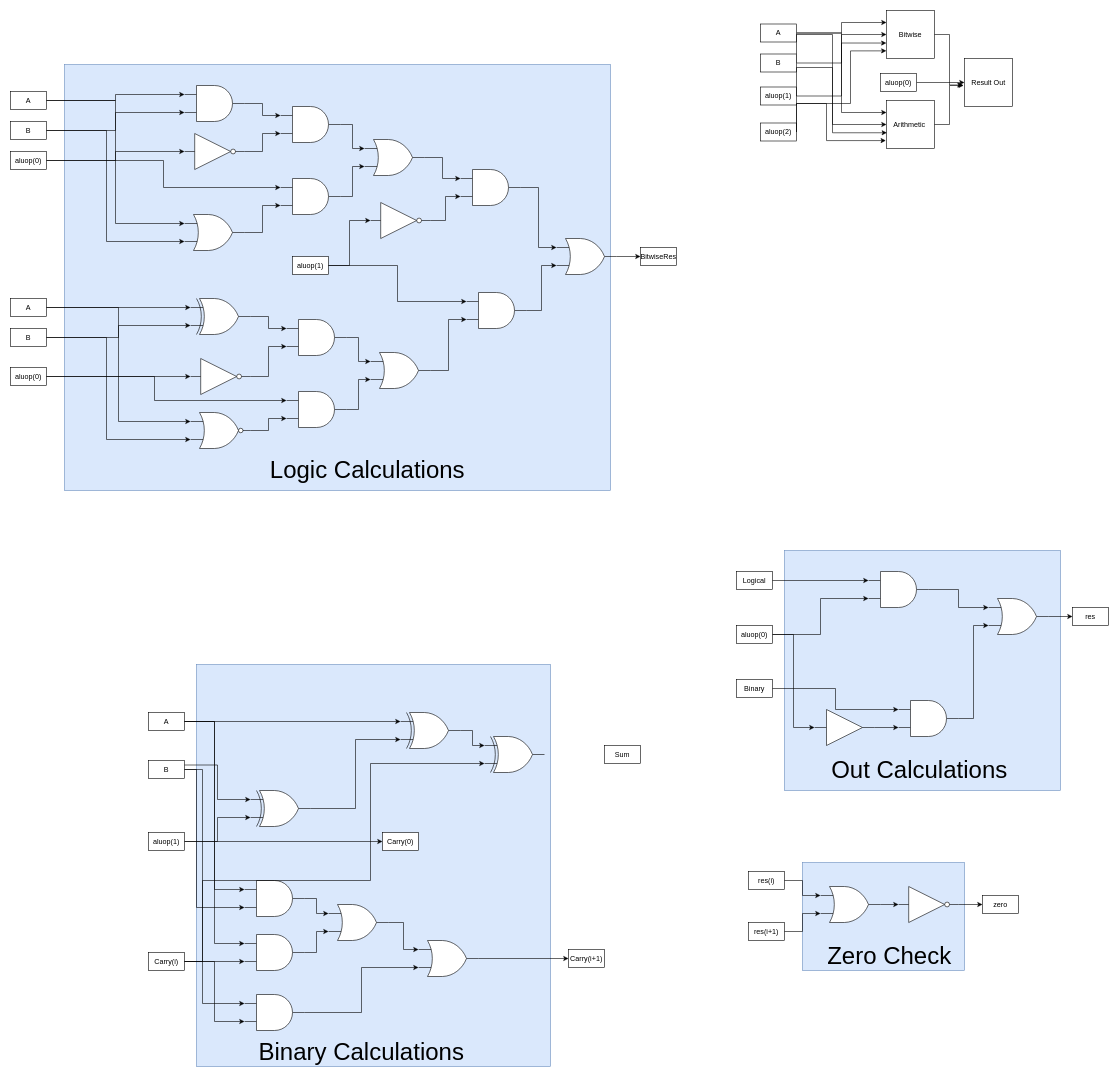
Before: HAD_CW.drawio in AHES03/HardwareCW, a draw.io diagram. Source tidied: cells renumbered, new cells numbered last; positions are measured from the earlier drawing's top-left corner, leaving out a move shared by most shapes. Both pictures are drawn from the tidied source at 60%, with x=0, y=0 at pixel (10, 10).
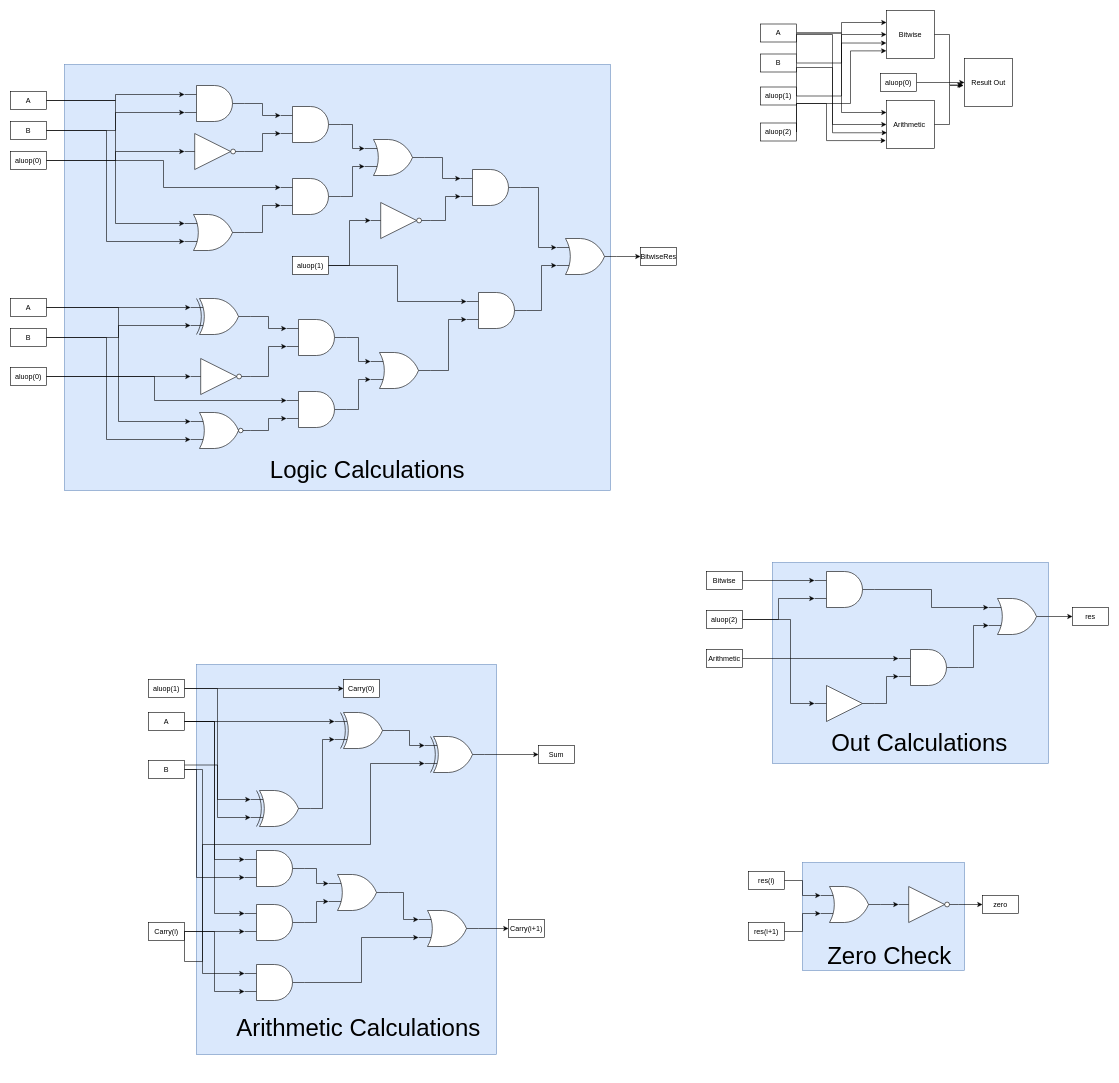
The same page after the edit.

Unchanged cells that the change refers to:
```xml
<mxCell id="32" value="B" style="whiteSpace=wrap;html=1;" parent="1" vertex="1">
  <mxGeometry x="230" y="1250" width="60" height="30" as="geometry" />
</mxCell>
```

Diff of the diagram source:
```diff
@@
     <mxCell id="4" style="rounded=0;whiteSpace=wrap;html=1;fillColor=#dae8fc;strokeColor=#6c8ebf;" parent="1" vertex="1">
-      <mxGeometry x="1290" y="900" width="460" height="400" as="geometry" />
+      <mxGeometry x="1270" y="920" width="460" height="335" as="geometry" />
     </mxCell>
     <mxCell id="5" style="rounded=0;whiteSpace=wrap;html=1;fillColor=#dae8fc;strokeColor=#6c8ebf;" parent="1" vertex="1">
-      <mxGeometry x="310" y="1090" width="590" height="670" as="geometry" />
+      <mxGeometry x="310" y="1090" width="500" height="650" as="geometry" />
     </mxCell>
@@
     <mxCell id="10" style="verticalLabelPosition=bottom;shadow=0;dashed=0;align=center;html=1;verticalAlign=top;shape=mxgraph.electrical.logic_gates.logic_gate;operation=and;" parent="1" vertex="1">
-      <mxGeometry x="1430" y="935" width="100" height="60" as="geometry" />
+      <mxGeometry x="1340" y="935" width="100" height="60" as="geometry" />
     </mxCell>
@@
     <mxCell id="14" style="edgeStyle=orthogonalEdgeStyle;rounded=0;jettySize=auto;html=1;exitX=1;exitY=0.5;exitDx=0;exitDy=0;entryX=0;entryY=0.5;entryDx=0;entryDy=0;" parent="1" edge="1" source="15" target="54">
-      <mxGeometry relative="1" as="geometry" />
+      <mxGeometry relative="1" as="geometry">
+        <Array as="points">
+          <mxPoint x="1300" y="1015" />
+          <mxPoint x="1300" y="1155" />
+        </Array>
+      </mxGeometry>
     </mxCell>
-    <mxCell id="15" value="aluop(0&lt;span style=&quot;background-color: initial;&quot;&gt;)&lt;/span&gt;" style="whiteSpace=wrap;html=1;" parent="1" vertex="1">
-      <mxGeometry x="1210" y="1025" width="60" height="30" as="geometry" />
+    <mxCell id="15" value="aluop(2&lt;span style=&quot;background-color: initial;&quot;&gt;)&lt;/span&gt;" style="whiteSpace=wrap;html=1;" parent="1" vertex="1">
+      <mxGeometry x="1160" y="1000" width="60" height="30" as="geometry" />
     </mxCell>
@@
     <mxCell id="17" style="verticalLabelPosition=bottom;shadow=0;dashed=0;align=center;html=1;verticalAlign=top;shape=mxgraph.electrical.logic_gates.logic_gate;operation=xor;" parent="1" vertex="1">
-      <mxGeometry x="650" y="1170" width="100" height="60" as="geometry" />
+      <mxGeometry x="540" y="1170" width="100" height="60" as="geometry" />
     </mxCell>
+    <mxCell id="141" style="edgeStyle=orthogonalEdgeStyle;rounded=0;jettySize=auto;html=1;exitX=1;exitY=0.5;exitDx=0;exitDy=0;exitPerimeter=0;entryX=0;entryY=0.5;entryDx=0;entryDy=0;" parent="1" edge="1" source="18" target="49">
+      <mxGeometry relative="1" as="geometry" />
+    </mxCell>
     <mxCell id="18" style="verticalLabelPosition=bottom;shadow=0;dashed=0;align=center;html=1;verticalAlign=top;shape=mxgraph.electrical.logic_gates.logic_gate;operation=xor;" parent="1" vertex="1">
-      <mxGeometry x="790" y="1210" width="100" height="60" as="geometry" />
+      <mxGeometry x="690" y="1210" width="100" height="60" as="geometry" />
     </mxCell>
@@
     <mxCell id="20" style="verticalLabelPosition=bottom;shadow=0;dashed=0;align=center;html=1;verticalAlign=top;shape=mxgraph.electrical.logic_gates.logic_gate;operation=and;" parent="1" vertex="1">
-      <mxGeometry x="390" y="1640" width="100" height="60" as="geometry" />
+      <mxGeometry x="390" y="1590" width="100" height="60" as="geometry" />
     </mxCell>
     <mxCell id="21" style="verticalLabelPosition=bottom;shadow=0;dashed=0;align=center;html=1;verticalAlign=top;shape=mxgraph.electrical.logic_gates.logic_gate;operation=or;" parent="1" vertex="1">
-      <mxGeometry x="530" y="1490" width="100" height="60" as="geometry" />
+      <mxGeometry x="530" y="1440" width="100" height="60" as="geometry" />
     </mxCell>
     <mxCell id="22" style="verticalLabelPosition=bottom;shadow=0;dashed=0;align=center;html=1;verticalAlign=top;shape=mxgraph.electrical.logic_gates.logic_gate;operation=and;" parent="1" vertex="1">
-      <mxGeometry x="390" y="1540" width="100" height="60" as="geometry" />
+      <mxGeometry x="390" y="1490" width="100" height="60" as="geometry" />
     </mxCell>
     <mxCell id="23" style="verticalLabelPosition=bottom;shadow=0;dashed=0;align=center;html=1;verticalAlign=top;shape=mxgraph.electrical.logic_gates.logic_gate;operation=and;" parent="1" vertex="1">
-      <mxGeometry x="390" y="1450" width="100" height="60" as="geometry" />
+      <mxGeometry x="390" y="1400" width="100" height="60" as="geometry" />
     </mxCell>
@@
     <mxCell id="25" style="verticalLabelPosition=bottom;shadow=0;dashed=0;align=center;html=1;verticalAlign=top;shape=mxgraph.electrical.logic_gates.logic_gate;operation=or;" parent="1" vertex="1">
-      <mxGeometry x="680" y="1550" width="100" height="60" as="geometry" />
+      <mxGeometry x="680" y="1500" width="100" height="60" as="geometry" />
     </mxCell>
@@
     <mxCell id="34" value="aluop(1)" style="whiteSpace=wrap;html=1;" parent="1" vertex="1">
-      <mxGeometry x="230" y="1370" width="60" height="30" as="geometry" />
+      <mxGeometry x="230" y="1115" width="60" height="30" as="geometry" />
     </mxCell>
@@
     <mxCell id="40" style="edgeStyle=orthogonalEdgeStyle;rounded=0;jettySize=auto;html=1;exitX=1;exitY=0.5;exitDx=0;exitDy=0;entryX=0;entryY=0.75;entryDx=0;entryDy=0;entryPerimeter=0;" parent="1" edge="1" source="32" target="23">
       <mxGeometry relative="1" as="geometry">
         <Array as="points">
           <mxPoint x="310" y="1265" />
-          <mxPoint x="310" y="1495" />
+          <mxPoint x="310" y="1445" />
         </Array>
       </mxGeometry>
     </mxCell>
@@
     <mxCell id="42" style="edgeStyle=orthogonalEdgeStyle;rounded=0;jettySize=auto;html=1;exitX=1;exitY=0.5;exitDx=0;exitDy=0;entryX=0;entryY=0.25;entryDx=0;entryDy=0;entryPerimeter=0;" parent="1" edge="1" source="32" target="20">
       <mxGeometry relative="1" as="geometry">
         <Array as="points">
           <mxPoint x="320" y="1265" />
-          <mxPoint x="320" y="1655" />
+          <mxPoint x="320" y="1605" />
         </Array>
       </mxGeometry>
     </mxCell>
     <mxCell id="43" value="Carry(0)" style="whiteSpace=wrap;html=1;" parent="1" vertex="1">
-      <mxGeometry x="620" y="1370" width="60" height="30" as="geometry" />
+      <mxGeometry x="555" y="1115" width="60" height="30" as="geometry" />
     </mxCell>
     <mxCell id="44" value="Carry(i+1&lt;span style=&quot;background-color: initial;&quot;&gt;)&lt;/span&gt;" style="whiteSpace=wrap;html=1;" parent="1" vertex="1">
-      <mxGeometry x="930" y="1565" width="60" height="30" as="geometry" />
+      <mxGeometry x="830" y="1515" width="60" height="30" as="geometry" />
     </mxCell>
     <mxCell id="45" value="Carry(i)" style="whiteSpace=wrap;html=1;" parent="1" vertex="1">
-      <mxGeometry x="230" y="1570" width="60" height="30" as="geometry" />
+      <mxGeometry x="230" y="1520" width="60" height="30" as="geometry" />
     </mxCell>
@@
     <mxCell id="48" style="edgeStyle=orthogonalEdgeStyle;rounded=0;jettySize=auto;html=1;exitX=1;exitY=0.5;exitDx=0;exitDy=0;entryX=0;entryY=0.75;entryDx=0;entryDy=0;entryPerimeter=0;" parent="1" edge="1" source="45" target="18">
       <mxGeometry relative="1" as="geometry">
         <Array as="points">
           <mxPoint x="320" y="1585" />
-          <mxPoint x="320" y="1450" />
-          <mxPoint x="600" y="1450" />
+          <mxPoint x="320" y="1390" />
+          <mxPoint x="600" y="1390" />
           <mxPoint x="600" y="1255" />
         </Array>
       </mxGeometry>
     </mxCell>
     <mxCell id="49" value="Sum" style="whiteSpace=wrap;html=1;" parent="1" vertex="1">
-      <mxGeometry x="990" y="1225" width="60" height="30" as="geometry" />
+      <mxGeometry x="880" y="1225" width="60" height="30" as="geometry" />
     </mxCell>
-    <mxCell id="50" value="&lt;font style=&quot;font-size: 40px;&quot;&gt;Binary Calculations&lt;/font&gt;" style="text;html=1;align=center;verticalAlign=middle;whiteSpace=wrap;rounded=0;" parent="1" vertex="1">
-      <mxGeometry x="400" y="1700" width="370" height="70" as="geometry" />
+    <mxCell id="50" value="&lt;font style=&quot;font-size: 40px;&quot;&gt;Arithmetic Calculations&lt;/font&gt;" style="text;html=1;align=center;verticalAlign=middle;whiteSpace=wrap;rounded=0;" parent="1" vertex="1">
+      <mxGeometry x="360" y="1660" width="440" height="70" as="geometry" />
     </mxCell>
-    <mxCell id="51" value="Logical" style="whiteSpace=wrap;html=1;" parent="1" vertex="1">
-      <mxGeometry x="1210" y="935" width="60" height="30" as="geometry" />
+    <mxCell id="51" value="Bitwise" style="whiteSpace=wrap;html=1;" parent="1" vertex="1">
+      <mxGeometry x="1160" y="935" width="60" height="30" as="geometry" />
     </mxCell>
@@
-    <mxCell id="53" value="Binary" style="whiteSpace=wrap;html=1;" parent="1" vertex="1">
-      <mxGeometry x="1210" y="1115" width="60" height="30" as="geometry" />
+    <mxCell id="53" value="Arithmetic" style="whiteSpace=wrap;html=1;" parent="1" vertex="1">
+      <mxGeometry x="1160" y="1065" width="60" height="30" as="geometry" />
     </mxCell>
     <mxCell id="54" style="verticalLabelPosition=bottom;shadow=0;dashed=0;align=center;html=1;verticalAlign=top;shape=mxgraph.electrical.logic_gates.buffer2;" parent="1" vertex="1">
-      <mxGeometry x="1340" y="1165" width="100" height="60" as="geometry" />
+      <mxGeometry x="1340" y="1125" width="100" height="60" as="geometry" />
     </mxCell>
     <mxCell id="55" style="verticalLabelPosition=bottom;shadow=0;dashed=0;align=center;html=1;verticalAlign=top;shape=mxgraph.electrical.logic_gates.logic_gate;operation=and;" parent="1" vertex="1">
-      <mxGeometry x="1480" y="1150" width="100" height="60" as="geometry" />
+      <mxGeometry x="1480" y="1065" width="100" height="60" as="geometry" />
     </mxCell>
@@
     <mxCell id="60" value="&lt;span style=&quot;font-size: 40px;&quot;&gt;Out Calculations&lt;/span&gt;" style="text;html=1;align=center;verticalAlign=middle;whiteSpace=wrap;rounded=0;" parent="1" vertex="1">
-      <mxGeometry x="1330" y="1230" width="370" height="70" as="geometry" />
+      <mxGeometry x="1330" y="1185" width="370" height="70" as="geometry" />
     </mxCell>
```
